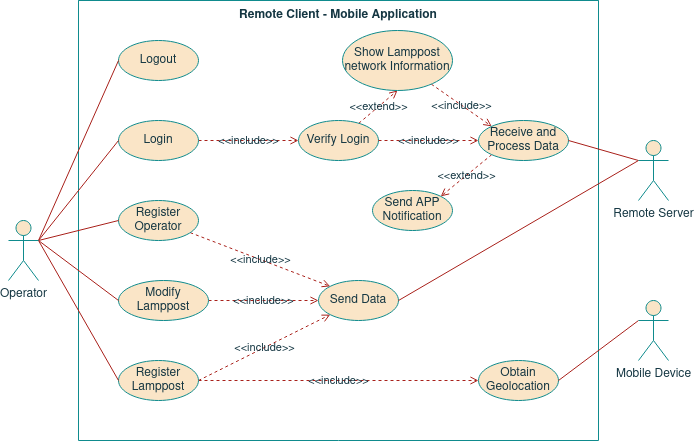
Above: project/report/images/06remote_system/AppSystem_UseCases.png in ESRGgroup9/slipad (draw.io), before the change. Source tidied: cells renumbered, new cells last; positions are measured from the earlier drawing's top-left corner, leaving out a move shared by most shapes.
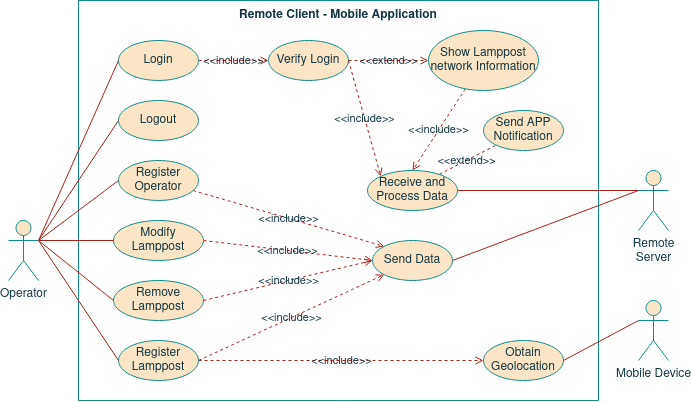
After the commit.

Commit message:
Remote server

The edit, as a diff of the source:
```diff
@@ -3,72 +3,74 @@
     <mxCell id="0" />
     <mxCell id="1" parent="0" />
     <mxCell id="2" value="Remote Client - Mobile Application " style="swimlane;startSize=0;verticalAlign=top;fillColor=#FAE5C7;strokeColor=#0F8B8D;fontColor=#143642;" parent="1" vertex="1">
-      <mxGeometry x="70" width="520" height="440" as="geometry" />
+      <mxGeometry x="70" width="520" height="400" as="geometry" />
     </mxCell>
-    <mxCell id="3" value="&amp;lt;&amp;lt;include&amp;gt;&amp;gt;" style="edgeStyle=none;rounded=0;jettySize=auto;html=1;entryX=0;entryY=0.5;entryDx=0;entryDy=0;dashed=1;endArrow=open;endFill=0;labelBackgroundColor=none;strokeColor=#A8201A;fontColor=#143642;" parent="2" edge="1" source="4" target="16">
+    <mxCell id="3" value="&amp;lt;&amp;lt;include&amp;gt;&amp;gt;" style="edgeStyle=none;rounded=0;jettySize=auto;html=1;entryX=0;entryY=0.5;entryDx=0;entryDy=0;dashed=1;endArrow=open;endFill=0;labelBackgroundColor=none;strokeColor=#A8201A;fontColor=#143642;exitX=1;exitY=0.5;exitDx=0;exitDy=0;" parent="2" edge="1" source="5" target="16">
       <mxGeometry relative="1" as="geometry" />
     </mxCell>
-    <mxCell id="4" value="Login" style="ellipse;whiteSpace=wrap;html=1;fillColor=#FAE5C7;strokeColor=#0F8B8D;fontColor=#143642;" parent="2" vertex="1">
-      <mxGeometry x="40" y="120" width="80" height="40" as="geometry" />
+    <mxCell id="4" value="Logout" style="ellipse;whiteSpace=wrap;html=1;fillColor=#FAE5C7;strokeColor=#0F8B8D;fontColor=#143642;" parent="2" vertex="1">
+      <mxGeometry x="40" y="100" width="80" height="40" as="geometry" />
     </mxCell>
-    <mxCell id="5" value="Logout" style="ellipse;whiteSpace=wrap;html=1;fillColor=#FAE5C7;strokeColor=#0F8B8D;fontColor=#143642;" parent="2" vertex="1">
+    <mxCell id="5" value="Login" style="ellipse;whiteSpace=wrap;html=1;fillColor=#FAE5C7;strokeColor=#0F8B8D;fontColor=#143642;" parent="2" vertex="1">
       <mxGeometry x="40" y="40" width="80" height="40" as="geometry" />
     </mxCell>
     <mxCell id="6" value="&amp;lt;&amp;lt;include&amp;gt;&amp;gt;" style="edgeStyle=none;rounded=0;jettySize=auto;html=1;entryX=0;entryY=0;entryDx=0;entryDy=0;dashed=1;endArrow=open;endFill=0;labelBackgroundColor=none;strokeColor=#A8201A;fontColor=#143642;" parent="2" edge="1" source="7" target="14">
       <mxGeometry relative="1" as="geometry" />
     </mxCell>
     <mxCell id="7" value="Register Operator" style="ellipse;whiteSpace=wrap;html=1;fillColor=#FAE5C7;strokeColor=#0F8B8D;fontColor=#143642;" parent="2" vertex="1">
-      <mxGeometry x="40" y="200" width="80" height="40" as="geometry" />
+      <mxGeometry x="40" y="160" width="80" height="40" as="geometry" />
     </mxCell>
     <mxCell id="8" value="&amp;lt;&amp;lt;include&amp;gt;&amp;gt;" style="edgeStyle=none;rounded=0;jettySize=auto;html=1;entryX=0;entryY=0.5;entryDx=0;entryDy=0;exitX=1;exitY=0.5;exitDx=0;exitDy=0;dashed=1;endArrow=open;endFill=0;labelBackgroundColor=none;strokeColor=#A8201A;fontColor=#143642;" parent="2" edge="1" source="9" target="14">
       <mxGeometry relative="1" as="geometry" />
     </mxCell>
     <mxCell id="9" value="&lt;div&gt;Modify Lamppost&lt;br&gt;&lt;/div&gt;" style="ellipse;whiteSpace=wrap;html=1;fillColor=#FAE5C7;strokeColor=#0F8B8D;fontColor=#143642;" parent="2" vertex="1">
-      <mxGeometry x="40" y="280" width="90" height="40" as="geometry" />
+      <mxGeometry x="35" y="220" width="90" height="40" as="geometry" />
     </mxCell>
     <mxCell id="10" value="&amp;lt;&amp;lt;include&amp;gt;&amp;gt;" style="edgeStyle=none;rounded=0;jettySize=auto;html=1;entryX=0;entryY=0.5;entryDx=0;entryDy=0;dashed=1;endArrow=open;endFill=0;labelBackgroundColor=none;strokeColor=#A8201A;fontColor=#143642;" parent="2" edge="1" source="12" target="13">
-      <mxGeometry relative="1" as="geometry">
-        <Array as="points">
-          <mxPoint x="180" y="380" />
-        </Array>
-      </mxGeometry>
+      <mxGeometry relative="1" as="geometry" />
     </mxCell>
     <mxCell id="11" value="&amp;lt;&amp;lt;include&amp;gt;&amp;gt;" style="edgeStyle=none;rounded=0;jettySize=auto;html=1;entryX=0;entryY=1;entryDx=0;entryDy=0;dashed=1;exitX=1;exitY=0.5;exitDx=0;exitDy=0;endArrow=open;endFill=0;labelBackgroundColor=none;strokeColor=#A8201A;fontColor=#143642;" parent="2" edge="1" source="12" target="14">
       <mxGeometry relative="1" as="geometry" />
     </mxCell>
     <mxCell id="12" value="&lt;div&gt;Register Lamppost&lt;br&gt;&lt;/div&gt;" style="ellipse;whiteSpace=wrap;html=1;fillColor=#FAE5C7;strokeColor=#0F8B8D;fontColor=#143642;" parent="2" vertex="1">
-      <mxGeometry x="40" y="360" width="80" height="40" as="geometry" />
+      <mxGeometry x="40" y="340" width="80" height="40" as="geometry" />
     </mxCell>
     <mxCell id="13" value="Obtain Geolocation" style="ellipse;whiteSpace=wrap;html=1;fillColor=#FAE5C7;strokeColor=#0F8B8D;fontColor=#143642;" parent="2" vertex="1">
-      <mxGeometry x="400" y="360" width="80" height="40" as="geometry" />
+      <mxGeometry x="405" y="340" width="80" height="40" as="geometry" />
     </mxCell>
     <mxCell id="14" value="Send Data" style="ellipse;whiteSpace=wrap;html=1;fillColor=#FAE5C7;strokeColor=#0F8B8D;fontColor=#143642;" parent="2" vertex="1">
-      <mxGeometry x="240" y="280" width="80" height="40" as="geometry" />
+      <mxGeometry x="294" y="240" width="80" height="40" as="geometry" />
     </mxCell>
-    <mxCell id="15" value="&amp;lt;&amp;lt;extend&amp;gt;&amp;gt;" style="edgeStyle=none;rounded=0;jettySize=auto;html=1;entryX=0.5;entryY=1;entryDx=0;entryDy=0;dashed=1;endArrow=open;endFill=0;labelBackgroundColor=none;strokeColor=#A8201A;fontColor=#143642;" parent="2" edge="1" source="16" target="18">
+    <mxCell id="15" value="&amp;lt;&amp;lt;extend&amp;gt;&amp;gt;" style="edgeStyle=none;rounded=0;jettySize=auto;html=1;entryX=0;entryY=0.5;entryDx=0;entryDy=0;dashed=1;endArrow=open;endFill=0;labelBackgroundColor=none;strokeColor=#A8201A;fontColor=#143642;" parent="2" edge="1" source="16" target="18">
       <mxGeometry relative="1" as="geometry" />
     </mxCell>
     <mxCell id="16" value="Verify Login" style="ellipse;whiteSpace=wrap;html=1;fillColor=#FAE5C7;strokeColor=#0F8B8D;fontColor=#143642;" parent="2" vertex="1">
-      <mxGeometry x="220" y="120" width="80" height="40" as="geometry" />
+      <mxGeometry x="190" y="40" width="80" height="40" as="geometry" />
     </mxCell>
-    <mxCell id="17" value="&amp;lt;&amp;lt;include&amp;gt;&amp;gt;" style="edgeStyle=none;rounded=0;jettySize=auto;html=1;entryX=0;entryY=0;entryDx=0;entryDy=0;dashed=1;endArrow=open;endFill=0;labelBackgroundColor=none;strokeColor=#A8201A;fontColor=#143642;" parent="2" edge="1" source="18" target="21">
+    <mxCell id="17" value="&amp;lt;&amp;lt;include&amp;gt;&amp;gt;" style="edgeStyle=none;rounded=0;jettySize=auto;html=1;entryX=0.5;entryY=0;entryDx=0;entryDy=0;dashed=1;endArrow=open;endFill=0;labelBackgroundColor=none;strokeColor=#A8201A;fontColor=#143642;" parent="2" edge="1" source="18" target="21">
       <mxGeometry relative="1" as="geometry" />
     </mxCell>
     <mxCell id="18" value="Show Lamppost network Information" style="ellipse;whiteSpace=wrap;html=1;fillColor=#FAE5C7;strokeColor=#0F8B8D;fontColor=#143642;" parent="2" vertex="1">
-      <mxGeometry x="264" y="30" width="110" height="60" as="geometry" />
+      <mxGeometry x="350" y="30" width="110" height="60" as="geometry" />
     </mxCell>
-    <mxCell id="19" value="&amp;lt;&amp;lt;include&amp;gt;&amp;gt;" style="edgeStyle=none;rounded=0;jettySize=auto;html=1;dashed=1;exitX=1;exitY=0.5;exitDx=0;exitDy=0;entryX=0;entryY=0.5;entryDx=0;entryDy=0;endArrow=open;endFill=0;labelBackgroundColor=none;strokeColor=#A8201A;fontColor=#143642;" parent="2" edge="1" source="16" target="21">
+    <mxCell id="19" value="&amp;lt;&amp;lt;include&amp;gt;&amp;gt;" style="edgeStyle=none;rounded=0;jettySize=auto;html=1;dashed=1;exitX=1;exitY=0.5;exitDx=0;exitDy=0;entryX=0;entryY=0;entryDx=0;entryDy=0;endArrow=open;endFill=0;labelBackgroundColor=none;strokeColor=#A8201A;fontColor=#143642;" parent="2" edge="1" source="16" target="21">
       <mxGeometry relative="1" as="geometry" />
     </mxCell>
     <mxCell id="20" value="&amp;lt;&amp;lt;extend&amp;gt;&amp;gt;" style="rounded=0;jettySize=auto;html=1;exitX=0;exitY=1;exitDx=0;exitDy=0;entryX=1;entryY=0;entryDx=0;entryDy=0;strokeWidth=1;verticalAlign=middle;dashed=1;endArrow=open;endFill=0;labelBackgroundColor=none;strokeColor=#A8201A;fontColor=#143642;" parent="2" edge="1" source="21" target="22">
       <mxGeometry relative="1" as="geometry" />
     </mxCell>
     <mxCell id="21" value="Receive and Process Data" style="ellipse;whiteSpace=wrap;html=1;fillColor=#FAE5C7;strokeColor=#0F8B8D;fontColor=#143642;" parent="2" vertex="1">
-      <mxGeometry x="400" y="120" width="90" height="40" as="geometry" />
+      <mxGeometry x="289" y="170" width="90" height="40" as="geometry" />
     </mxCell>
     <mxCell id="22" value="Send APP Notification" style="ellipse;whiteSpace=wrap;html=1;fillColor=#FAE5C7;strokeColor=#0F8B8D;fontColor=#143642;" parent="2" vertex="1">
-      <mxGeometry x="294" y="190" width="80" height="40" as="geometry" />
+      <mxGeometry x="405" y="110" width="80" height="40" as="geometry" />
     </mxCell>
+    <mxCell id="34" value="&lt;div&gt;Remove Lamppost&lt;br&gt;&lt;/div&gt;" style="ellipse;whiteSpace=wrap;html=1;fillColor=#FAE5C7;strokeColor=#0F8B8D;fontColor=#143642;" parent="2" vertex="1">
+      <mxGeometry x="35" y="280" width="90" height="40" as="geometry" />
+    </mxCell>
+    <mxCell id="35" value="&amp;lt;&amp;lt;include&amp;gt;&amp;gt;" style="edgeStyle=none;rounded=0;jettySize=auto;html=1;entryX=0;entryY=0.5;entryDx=0;entryDy=0;dashed=1;exitX=1;exitY=0.5;exitDx=0;exitDy=0;endArrow=open;endFill=0;labelBackgroundColor=none;strokeColor=#A8201A;fontColor=#143642;" parent="2" edge="1" source="34" target="14">
+      <mxGeometry relative="1" as="geometry" />
+    </mxCell>
     <mxCell id="23" style="edgeStyle=none;rounded=0;jettySize=auto;html=1;exitX=0;exitY=0.3333333333333333;exitDx=0;exitDy=0;exitPerimeter=0;entryX=1;entryY=0.5;entryDx=0;entryDy=0;endArrow=none;endFill=0;labelBackgroundColor=#DAD2D8;strokeColor=#A8201A;fontColor=#143642;" parent="1" edge="1" source="24" target="13">
       <mxGeometry relative="1" as="geometry" />
     </mxCell>
@@ -99,8 +101,11 @@
     <mxCell id="32" style="edgeStyle=none;rounded=0;jettySize=auto;html=1;exitX=0;exitY=0.3333333333333333;exitDx=0;exitDy=0;exitPerimeter=0;entryX=1;entryY=0.5;entryDx=0;entryDy=0;endArrow=none;endFill=0;labelBackgroundColor=#DAD2D8;strokeColor=#A8201A;fontColor=#143642;" parent="1" edge="1" source="33" target="21">
       <mxGeometry relative="1" as="geometry" />
     </mxCell>
-    <mxCell id="33" value="Remote Server" style="shape=umlActor;verticalLabelPosition=bottom;verticalAlign=top;html=1;outlineConnect=0;fillColor=#FAE5C7;strokeColor=#0F8B8D;fontColor=#143642;" parent="1" vertex="1">
-      <mxGeometry x="630" y="140" width="30" height="60" as="geometry" />
+    <mxCell id="33" value="&lt;div&gt;Remote &lt;br&gt;&lt;/div&gt;&lt;div&gt;Server&lt;/div&gt;" style="shape=umlActor;verticalLabelPosition=bottom;verticalAlign=top;html=1;outlineConnect=0;fillColor=#FAE5C7;strokeColor=#0F8B8D;fontColor=#143642;" parent="1" vertex="1">
+      <mxGeometry x="630" y="170" width="30" height="60" as="geometry" />
     </mxCell>
+    <mxCell id="36" style="edgeStyle=none;rounded=0;jettySize=auto;html=1;exitX=1;exitY=0.3333333333333333;exitDx=0;exitDy=0;exitPerimeter=0;entryX=0;entryY=0.5;entryDx=0;entryDy=0;endArrow=none;endFill=0;labelBackgroundColor=#DAD2D8;strokeColor=#A8201A;fontColor=#143642;" parent="1" edge="1" source="30" target="34">
+      <mxGeometry relative="1" as="geometry" />
+    </mxCell>
   </root>
 </mxGraphModel>
```
